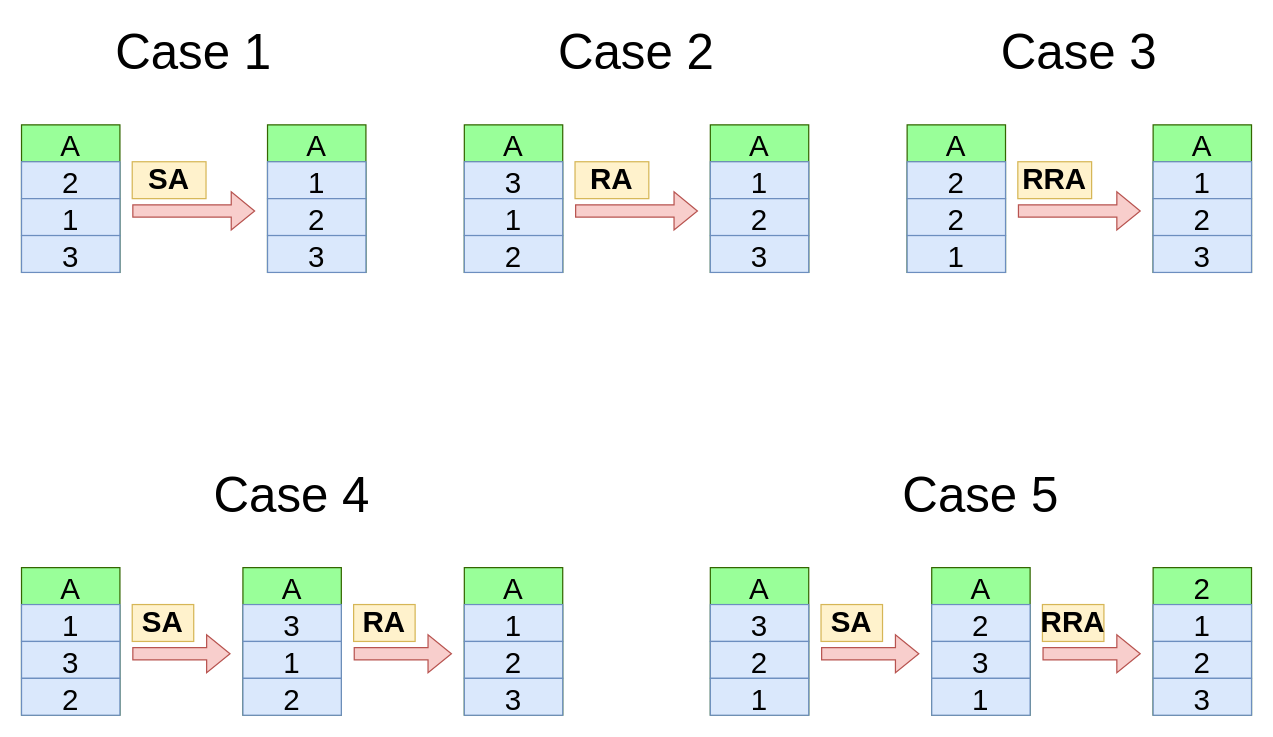
izenynn/push_swap keeps this draw.io diagram as diagrams/sort_three_diagram.drawio. Above is the earlier version. Source tidied: cells renumbered, new cells numbered last; positions are measured from the earlier drawing's top-left corner, leaving out a move shared by most shapes. Both pictures are drawn from the tidied source at 123%, with x=0, y=0 at pixel (21, 26).
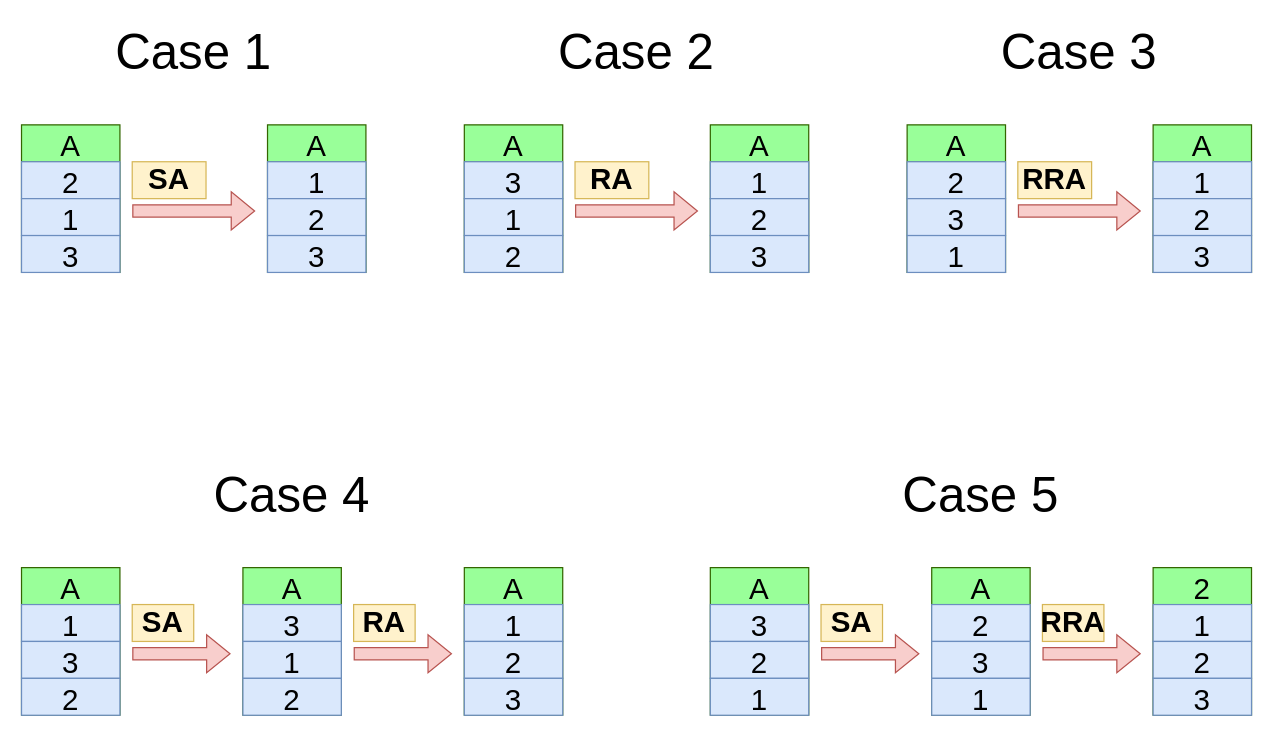
After the change.

Commit message (it also covers changes not shown here):
Fix README.md git link and diagram typo

Unchanged cells that the change refers to:
```xml
<mxCell id="26" value="A" style="swimlane;fontStyle=0;horizontal=1;startSize=30;fontSize=24;fillColor=#99FF99;strokeColor=#336600;" parent="1" vertex="1">
  <mxGeometry x="720" y="80" width="80" height="120" as="geometry" />
</mxCell>
```

Change to the diagram source:
```diff
@@
-    <mxCell id="28" value="2" style="text;strokeColor=#6c8ebf;fillColor=#dae8fc;align=center;verticalAlign=middle;spacingLeft=4;spacingRight=4;overflow=hidden;fontSize=24;" parent="26" vertex="1">
+    <mxCell id="28" value="3" style="text;strokeColor=#6c8ebf;fillColor=#dae8fc;align=center;verticalAlign=middle;spacingLeft=4;spacingRight=4;overflow=hidden;fontSize=24;" parent="26" vertex="1">
       <mxGeometry y="60" width="80" height="30" as="geometry" />
     </mxCell>
```
